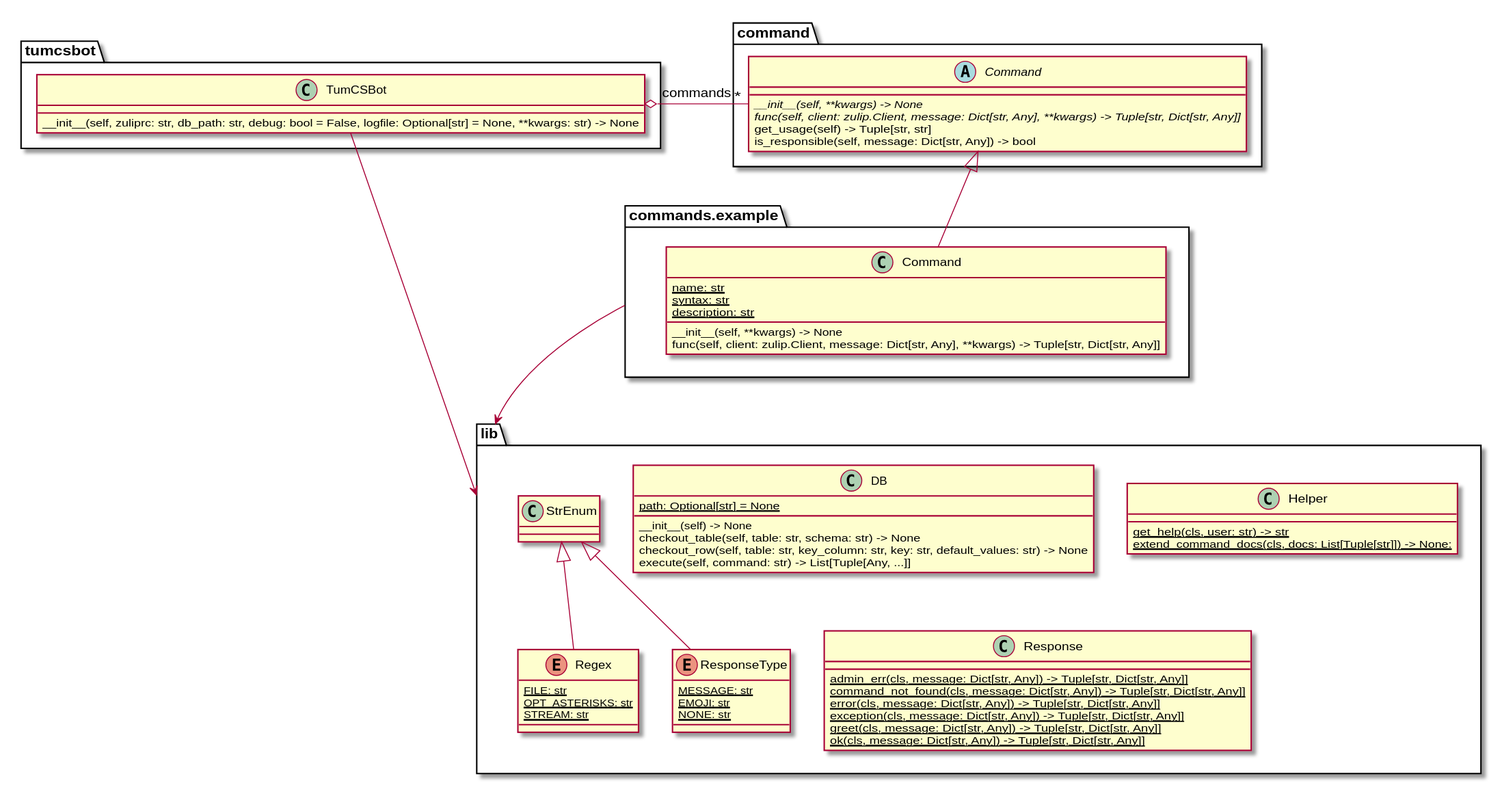
Above: class_diagram.svg in ro-i/tumcsbot (PlantUML), before the change.
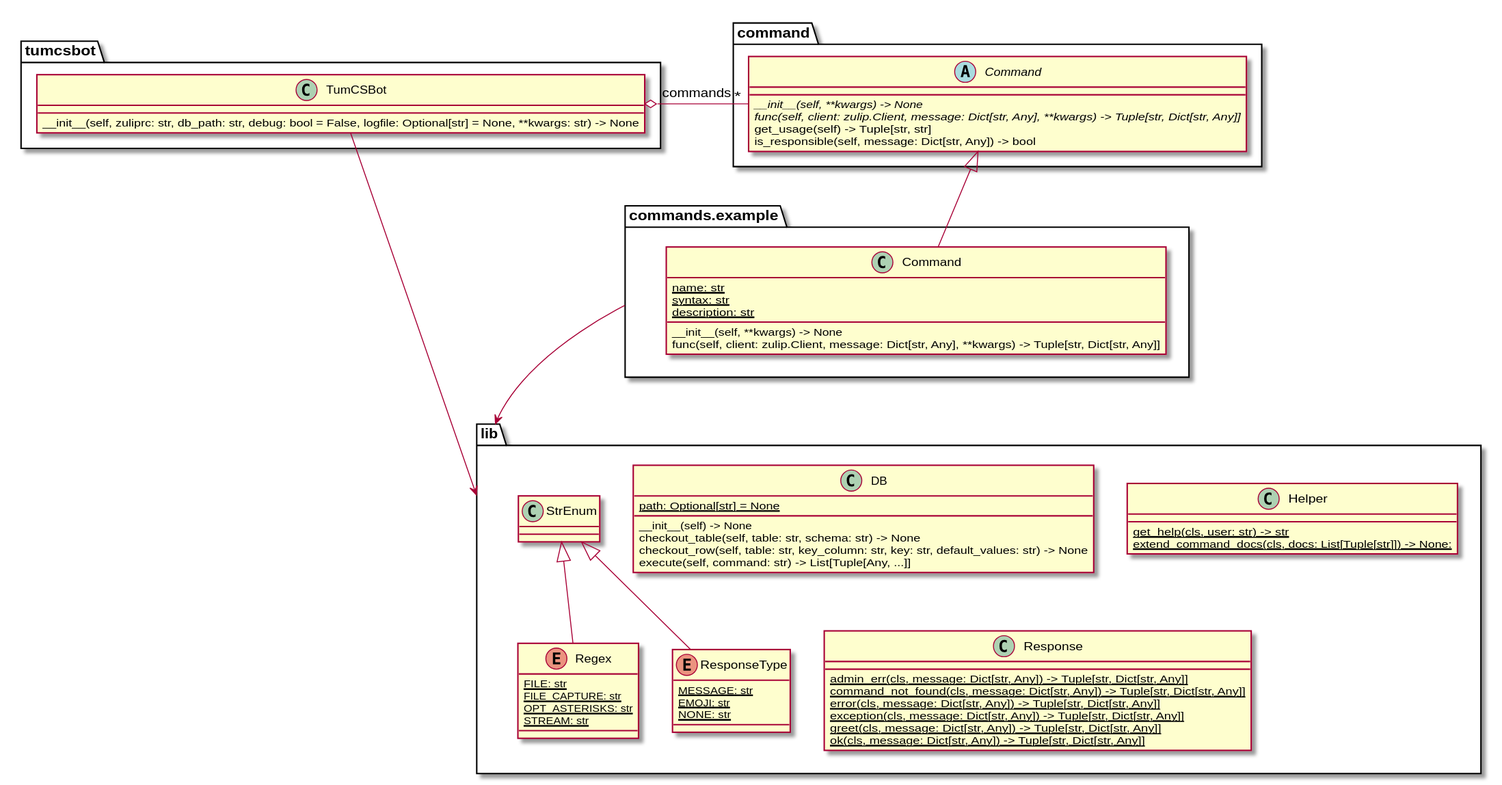
After the commit.

Commit message:
update class diagram

Diff of the diagram source:
```diff
@@ -45,6 +45,7 @@
 
 enum lib.Regex extends lib.StrEnum {
 {static} FILE: str
+{static} FILE_CAPTURE: str
 {static} OPT_ASTERISKS: str
 {static} STREAM: str
 }
```
